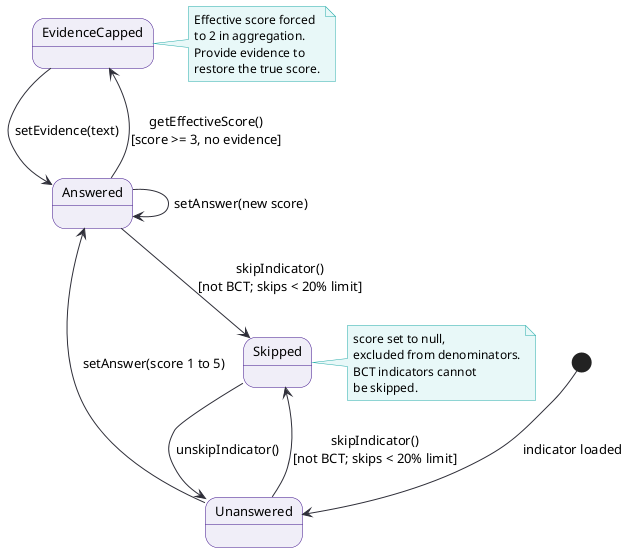
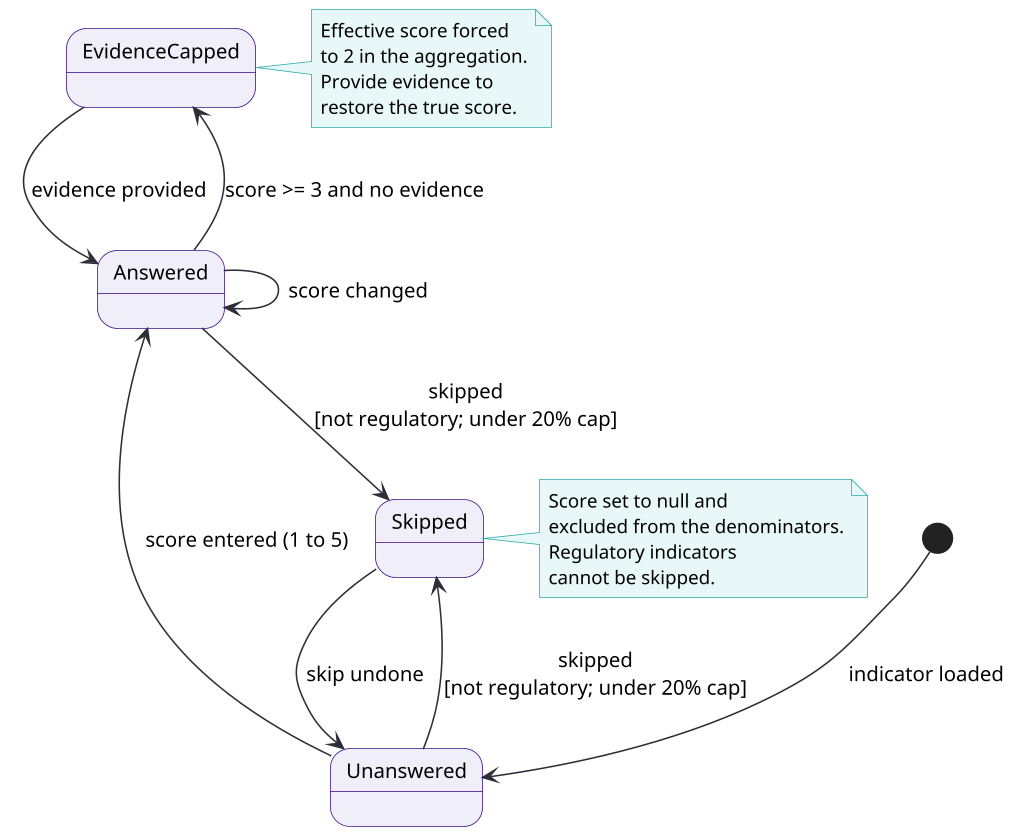
@startuml state
skinparam backgroundColor white
skinparam defaultFontSize 13
+ skinparam dpi 150
skinparam stateBackgroundColor #F0EEF8
skinparam stateBorderColor #3D108A
skinparam stateArrowColor #2E2E38
skinparam stateFontSize 13
skinparam noteBackgroundColor #E8F8F8
skinparam noteBorderColor #27ACAA
skinparam noteFontSize 12

[*] --> Unanswered : indicator loaded

- Unanswered --> Answered : setAnswer(score 1 to 5)
- Answered --> Answered : setAnswer(new score)
+ Unanswered --> Answered : score entered (1 to 5)
+ Answered --> Answered : score changed

- Answered --> EvidenceCapped : getEffectiveScore()\n[score >= 3, no evidence]
- EvidenceCapped --> Answered : setEvidence(text)
+ Answered --> EvidenceCapped : score >= 3 and no evidence
+ EvidenceCapped --> Answered : evidence provided

- Unanswered --> Skipped : skipIndicator()\n[not BCT; skips < 20% limit]
- Answered --> Skipped : skipIndicator()\n[not BCT; skips < 20% limit]
- Skipped --> Unanswered : unskipIndicator()
+ Unanswered --> Skipped : skipped\n[not regulatory; under 20% cap]
+ Answered --> Skipped : skipped\n[not regulatory; under 20% cap]
+ Skipped --> Unanswered : skip undone

note right of EvidenceCapped
  Effective score forced
-   to 2 in aggregation.
+   to 2 in the aggregation.
  Provide evidence to
  restore the true score.
end note

note right of Skipped
-   score set to null,
-   excluded from denominators.
-   BCT indicators cannot
-   be skipped.
+   Score set to null and
+   excluded from the denominators.
+   Regulatory indicators
+   cannot be skipped.
end note

@enduml
